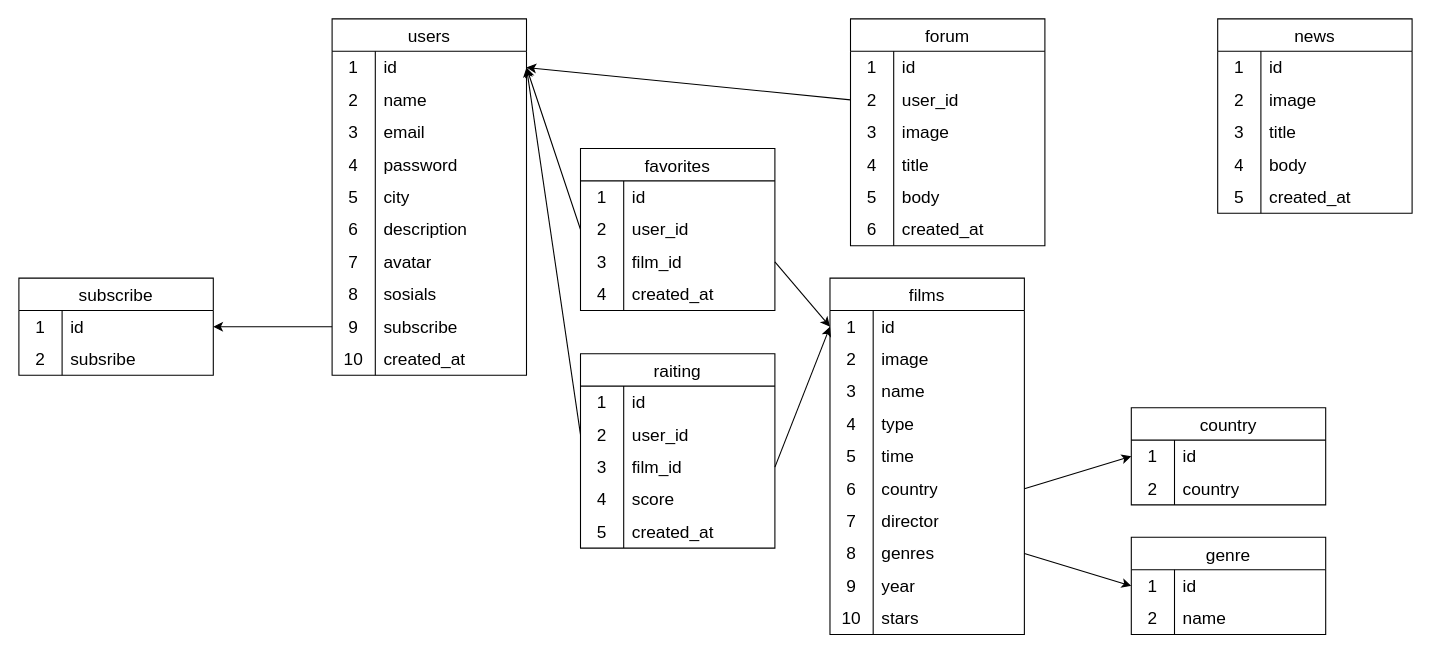
BlackDarkes/MultiCinema keeps this draw.io diagram as api/src/database/database.drawio. Above is the earlier version. Source tidied: cells renumbered, new cells numbered last; positions are measured from the earlier drawing's top-left corner, leaving out a move shared by most shapes. Both pictures are drawn from the tidied source at 108%, with x=0, y=0 at pixel (18, 18).
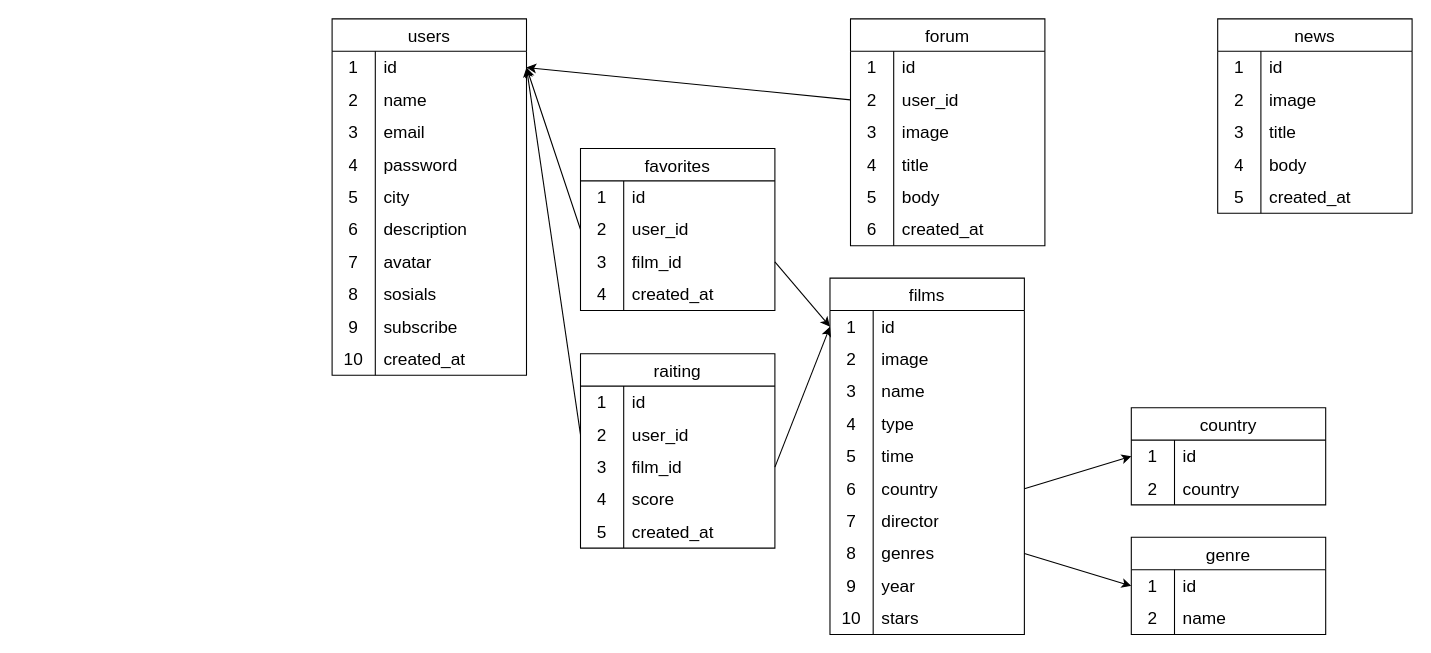
After the change.

The change refers to these unchanged cells:
```xml
<mxCell id="27" style="shape=tableRow;horizontal=0;startSize=0;swimlaneHead=0;swimlaneBody=0;top=0;left=0;bottom=0;right=0;fillColor=none;points=[[0,0.5],[1,0.5]];portConstraint=eastwest;strokeColor=inherit;fontSize=16;" parent="2" vertex="1">
  <mxGeometry y="270" width="180" height="30" as="geometry" />
</mxCell>
```

Change to the diagram source:
```diff
@@
-    <mxCell id="33" value="subscribe" style="shape=table;startSize=30;childLayout=tableLayout;rowLines=0;fontStyle=0;strokeColor=default;fontSize=16;" parent="1" vertex="1">
-      <mxGeometry y="240" width="180" height="90" as="geometry" />
-    </mxCell>
-    <mxCell id="34" style="shape=tableRow;horizontal=0;startSize=0;swimlaneHead=0;swimlaneBody=0;top=0;left=0;bottom=0;right=0;fillColor=none;points=[[0,0.5],[1,0.5]];portConstraint=eastwest;strokeColor=inherit;fontSize=16;" parent="33" vertex="1">
-      <mxGeometry y="30" width="180" height="30" as="geometry" />
-    </mxCell>
-    <mxCell id="35" value="1" style="shape=partialRectangle;html=1;whiteSpace=wrap;fillColor=none;top=0;left=0;bottom=0;right=0;overflow=hidden;strokeColor=inherit;fontSize=16;" parent="34" vertex="1">
-      <mxGeometry width="40" height="30" as="geometry" />
-    </mxCell>
-    <mxCell id="36" value="id" style="shape=partialRectangle;html=1;whiteSpace=wrap;fillColor=none;top=0;left=0;bottom=0;right=0;align=left;spacingLeft=6;overflow=hidden;strokeColor=inherit;fontSize=16;" parent="34" vertex="1">
-      <mxGeometry x="40" width="140" height="30" as="geometry" />
-    </mxCell>
-    <mxCell id="37" style="shape=tableRow;horizontal=0;startSize=0;swimlaneHead=0;swimlaneBody=0;top=0;left=0;bottom=0;right=0;fillColor=none;strokeColor=inherit;fontSize=16;" parent="33" vertex="1">
-      <mxGeometry y="60" width="180" height="30" as="geometry" />
-    </mxCell>
-    <mxCell id="38" value="2" style="shape=partialRectangle;html=1;whiteSpace=wrap;fillColor=none;top=0;left=0;bottom=0;right=0;overflow=hidden;strokeColor=inherit;fontSize=16;" parent="37" vertex="1">
-      <mxGeometry width="40" height="30" as="geometry" />
-    </mxCell>
-    <mxCell id="39" value="subsribe" style="shape=partialRectangle;html=1;whiteSpace=wrap;fillColor=none;top=0;left=0;bottom=0;right=0;align=left;spacingLeft=6;overflow=hidden;strokeColor=inherit;fontSize=16;" parent="37" vertex="1">
-      <mxGeometry x="40" width="140" height="30" as="geometry" />
-    </mxCell>
-    <mxCell id="40" style="edgeStyle=none;html=1;exitX=0;exitY=0.5;exitDx=0;exitDy=0;entryX=1;entryY=0.5;entryDx=0;entryDy=0;" parent="1" edge="1" source="27" target="34">
-      <mxGeometry relative="1" as="geometry" />
-    </mxCell>
```
